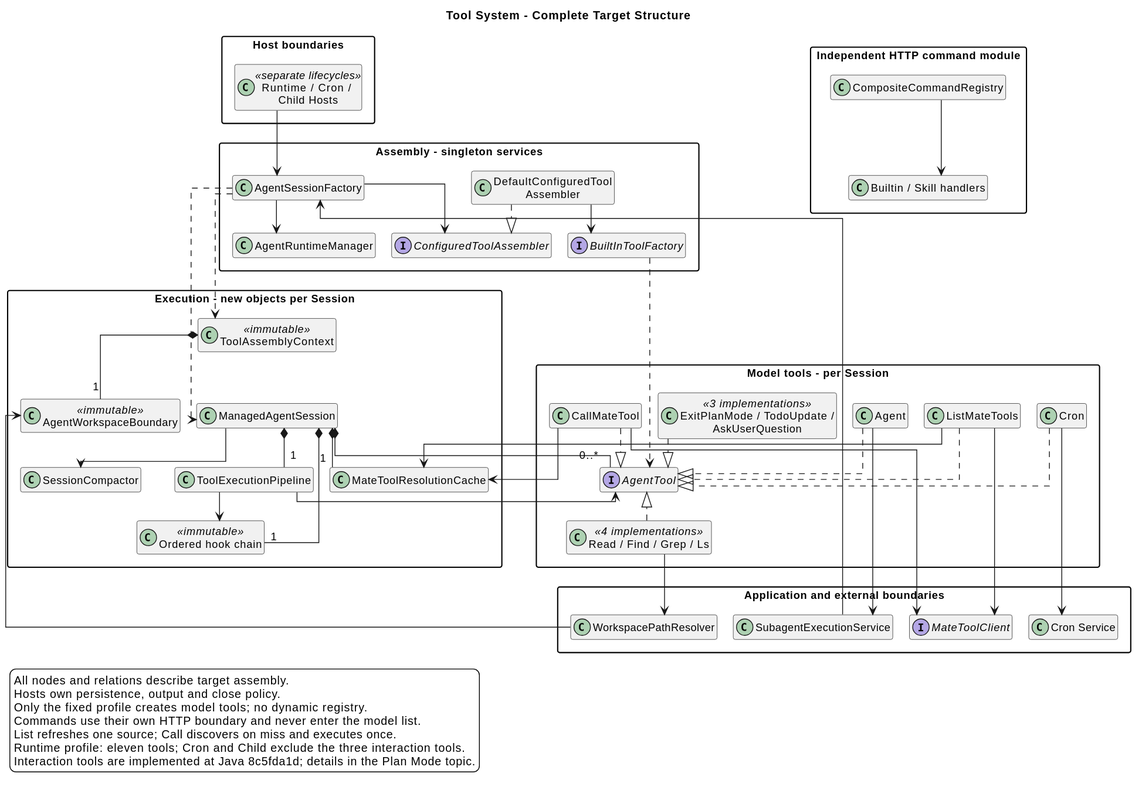
Above: 01-总体架构/02-CampusClaw工具系统/tool_system_architecture.svg in ssm0808/pi-mono-java-design (PlantUML), before the change. Its diagram source:
```plantuml
@startuml
title Tool System - Complete Target Structure
top to bottom direction
skinparam backgroundColor white
skinparam shadowing false
skinparam defaultFontName SansSerif
skinparam defaultFontSize 13
skinparam classAttributeIconSize 0
skinparam packageStyle rectangle
skinparam nodesep 20
skinparam ranksep 35
skinparam linetype ortho
hide empty members

package "Host boundaries" {
  class "Runtime / Cron / \nChild Hosts" as Hosts <<separate lifecycles>>
}
package "Assembly - singleton services" {
  class "AgentSessionFactory" as Factory
  interface "ConfiguredToolAssembler" as Assembler
  class "DefaultConfiguredTool\nAssembler" as Configured
  interface "BuiltInToolFactory" as ToolFactory
  class "AgentRuntimeManager" as Manager
}
package "Execution - new objects per Session" {
  class "ManagedAgentSession" as Session
  class "ToolAssemblyContext" as Context <<immutable>>
  class "AgentWorkspaceBoundary" as Workspace <<immutable>>
  class "MateToolResolutionCache" as Cache
  class "Ordered hook chain" as Hooks <<immutable>>
  class "ToolExecutionPipeline" as Pipeline
  class "SessionCompactor" as Compactor
}
package "Model tools - per Session" {
  interface "AgentTool" as Tool
  class "ExitPlanMode / TodoUpdate /\nAskUserQuestion" as InteractionTools <<3 implementations>>
  class "Read / Find / Grep / Ls" as Local <<4 implementations>>
  class "ListMateTools" as List
  class "CallMateTool" as Call
  class Cron
  class "Agent" as ChildTool
}
package "Application and external boundaries" {
  interface "MateToolClient" as Mate
  class "Cron Service" as CronService
  class "SubagentExecutionService" as ChildService
  class "WorkspacePathResolver" as Resolver
}
package "Independent HTTP command module" {
  class "CompositeCommandRegistry" as Slash
  class "Builtin / Skill handlers" as SlashHandlers
}
Hosts --> Factory
Factory --> Manager
Factory --> Assembler
Configured ..|> Assembler
Configured --> ToolFactory
Factory ..> Context
Context *-- "1" Workspace
Factory ..> Session
Session *-- "1" Pipeline
Session --> Compactor
Session *-- "1" Cache
Session *-- "1" Hooks
Session *-- "0..*" Tool
Pipeline --> Hooks
Pipeline --> Tool
ToolFactory ..> Tool
Local ..|> Tool
List ..|> Tool
Call ..|> Tool
Cron ..|> Tool
ChildTool ..|> Tool
InteractionTools ..|> Tool
Local --> Resolver
Resolver --> Workspace
List --> Mate
List --> Cache
Call --> Cache
Call --> Mate
Cron --> CronService
ChildTool --> ChildService
ChildService -[norank]-> Factory
Slash --> SlashHandlers
Hosts -[hidden]down-> Factory
Factory -[hidden]down-> Session
Session -[hidden]down-> Local
legend bottom left
All nodes and relations describe target assembly.
Hosts own persistence, output and close policy.
Only the fixed profile creates model tools; no dynamic registry.
Commands use their own HTTP boundary and never enter the model list.
List refreshes one source; Call discovers on miss and executes once.
Runtime profile: eleven tools; Cron and Child exclude the three interaction tools.
Interaction tools are implemented at Java 8c5fda1d; details in the Plan Mode topic.
endlegend
Factory -[hidden]down-> Assembler
Assembler -[hidden]down-> Context
Context -[hidden]down-> Session
Session -[hidden]down-> Pipeline
Pipeline -[hidden]down-> Tool
Tool -[hidden]down-> Local
Local -[hidden]down-> Resolver
List -[hidden]down-> Mate
Cron -[hidden]down-> CronService
ChildTool -[hidden]down-> ChildService
Slash -[hidden]down-> SlashHandlers
@enduml
```
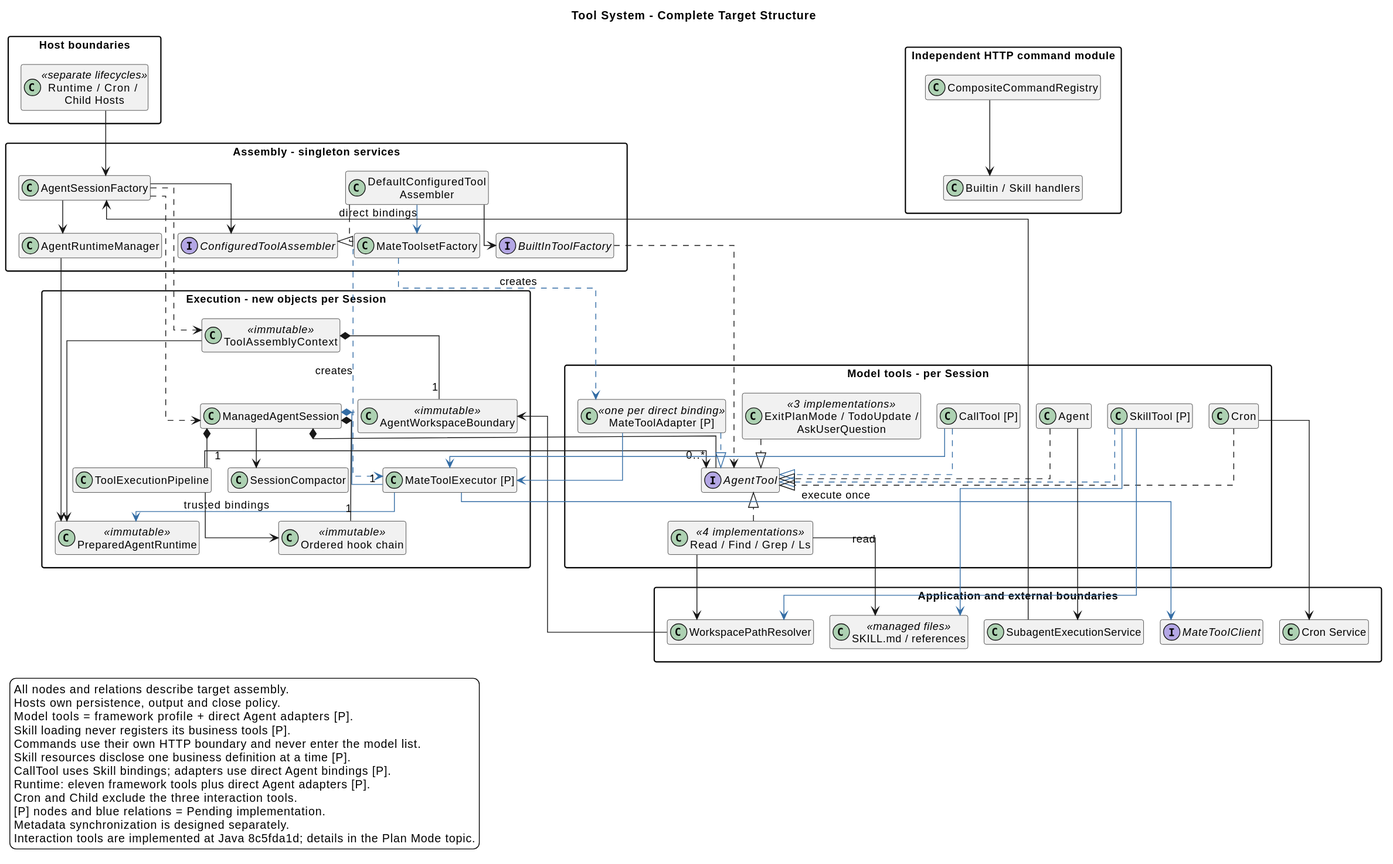
The same diagram one commit later.

The edit, as a diff of the source:
```diff
@@ -21,12 +21,14 @@
   class "DefaultConfiguredTool\nAssembler" as Configured
   interface "BuiltInToolFactory" as ToolFactory
   class "AgentRuntimeManager" as Manager
+  class "MateToolsetFactory" as MateFactory
 }
 package "Execution - new objects per Session" {
   class "ManagedAgentSession" as Session
   class "ToolAssemblyContext" as Context <<immutable>>
   class "AgentWorkspaceBoundary" as Workspace <<immutable>>
-  class "MateToolResolutionCache" as Cache
+  class "MateToolExecutor [P]" as Executor
+  class "PreparedAgentRuntime" as Runtime <<immutable>>
   class "Ordered hook chain" as Hooks <<immutable>>
   class "ToolExecutionPipeline" as Pipeline
   class "SessionCompactor" as Compactor
@@ -35,8 +37,9 @@
   interface "AgentTool" as Tool
   class "ExitPlanMode / TodoUpdate /\nAskUserQuestion" as InteractionTools <<3 implementations>>
   class "Read / Find / Grep / Ls" as Local <<4 implementations>>
-  class "ListMateTools" as List
-  class "CallMateTool" as Call
+  class "SkillTool [P]" as Skill
+  class "CallTool [P]" as Call
+  class "MateToolAdapter [P]" as Adapter <<one per direct binding>>
   class Cron
   class "Agent" as ChildTool
 }
@@ -45,6 +48,7 @@
   class "Cron Service" as CronService
   class "SubagentExecutionService" as ChildService
   class "WorkspacePathResolver" as Resolver
+  class "SKILL.md / references" as Resources <<managed files>>
 }
 package "Independent HTTP command module" {
   class "CompositeCommandRegistry" as Slash
@@ -52,32 +56,41 @@
 }
 Hosts --> Factory
 Factory --> Manager
+Manager --> Runtime
+Context --> Runtime
+Executor -[#346DA5]-> Runtime : trusted bindings
 Factory --> Assembler
 Configured ..|> Assembler
 Configured --> ToolFactory
+Configured -[#346DA5]-> MateFactory : direct bindings
+MateFactory .[#346DA5].> Adapter : creates
+MateFactory .[#346DA5].> Executor : creates
 Factory ..> Context
 Context *-- "1" Workspace
 Factory ..> Session
 Session *-- "1" Pipeline
 Session --> Compactor
-Session *-- "1" Cache
+Session *-[#346DA5]- "1" Executor
 Session *-- "1" Hooks
 Session *-- "0..*" Tool
 Pipeline --> Hooks
 Pipeline --> Tool
 ToolFactory ..> Tool
 Local ..|> Tool
-List ..|> Tool
-Call ..|> Tool
+Skill .[#346DA5].|> Tool
+Adapter .[#346DA5].|> Tool
+Call .[#346DA5].|> Tool
 Cron ..|> Tool
 ChildTool ..|> Tool
 InteractionTools ..|> Tool
 Local --> Resolver
 Resolver --> Workspace
-List --> Mate
-List --> Cache
-Call --> Cache
-Call --> Mate
+Skill -[#346DA5]-> Resolver
+Skill -[#346DA5]-> Resources
+Local --> Resources : read
+Adapter -[#346DA5]-> Executor
+Call -[#346DA5]-> Executor
+Executor -[#346DA5]-> Mate : execute once
 Cron --> CronService
 ChildTool --> ChildService
 ChildService -[norank]-> Factory
@@ -88,10 +101,15 @@
 legend bottom left
 All nodes and relations describe target assembly.
 Hosts own persistence, output and close policy.
-Only the fixed profile creates model tools; no dynamic registry.
+Model tools = framework profile + direct Agent adapters [P].
+Skill loading never registers its business tools [P].
 Commands use their own HTTP boundary and never enter the model list.
-List refreshes one source; Call discovers on miss and executes once.
-Runtime profile: eleven tools; Cron and Child exclude the three interaction tools.
+Skill resources disclose one business definition at a time [P].
+CallTool uses Skill bindings; adapters use direct Agent bindings [P].
+Runtime: eleven framework tools plus direct Agent adapters [P].
+Cron and Child exclude the three interaction tools.
+[P] nodes and blue relations = Pending implementation.
+Metadata synchronization is designed separately.
 Interaction tools are implemented at Java 8c5fda1d; details in the Plan Mode topic.
 endlegend
 Factory -[hidden]down-> Assembler
@@ -101,7 +119,8 @@
 Pipeline -[hidden]down-> Tool
 Tool -[hidden]down-> Local
 Local -[hidden]down-> Resolver
-List -[hidden]down-> Mate
+Skill -[hidden]down-> Resolver
+Call -[hidden]down-> Mate
 Cron -[hidden]down-> CronService
 ChildTool -[hidden]down-> ChildService
 Slash -[hidden]down-> SlashHandlers
```
